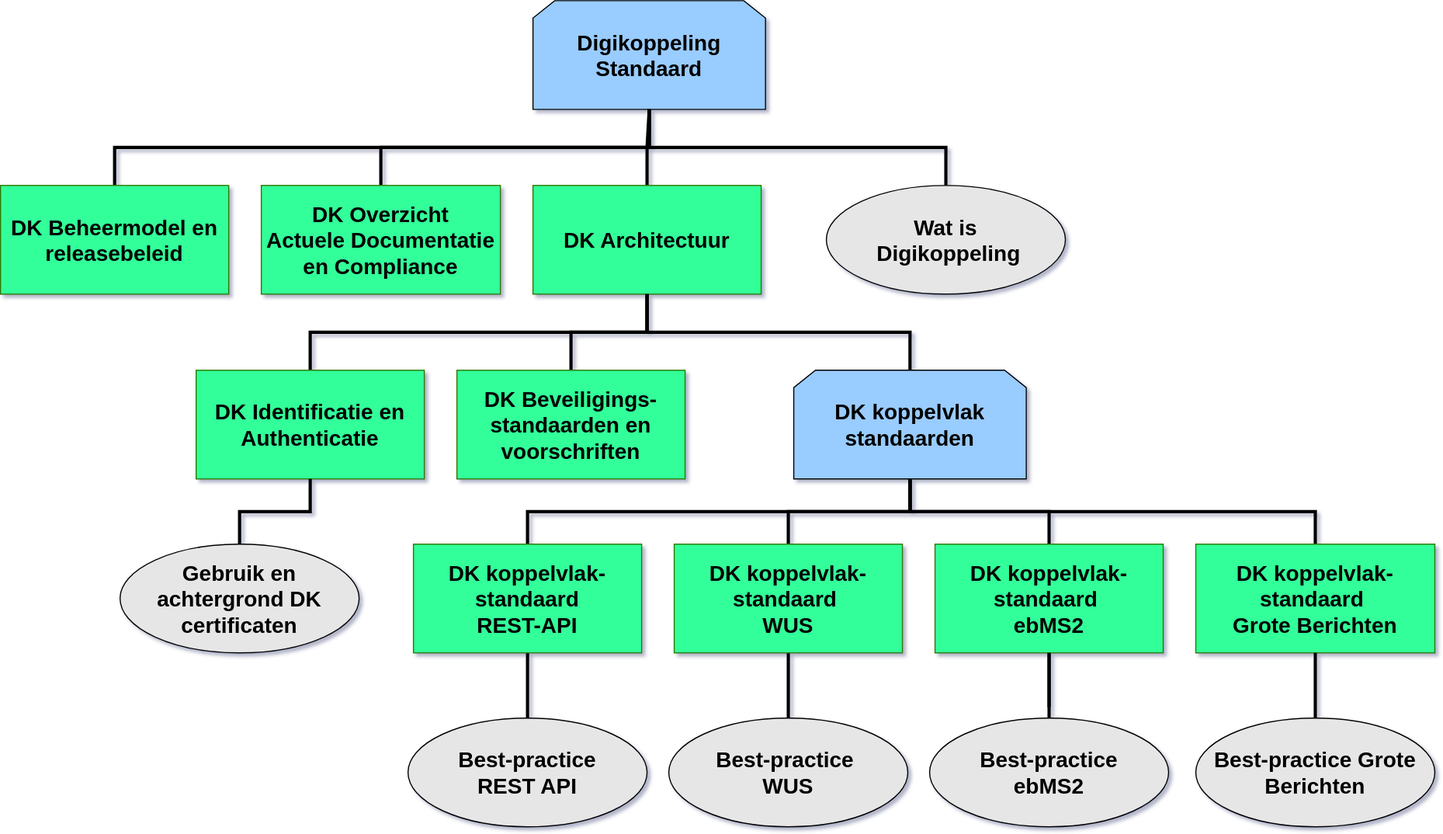
This is media/DK_Specificatie_structuur.svg from Logius-standaarden/Digikoppeling-Koppelvlakstandaard-WUS, a draw.io export, as it was before one commit. Source tidied: cells renumbered, new cells last; positions are measured from the earlier drawing's top-left corner, leaving out a move shared by most shapes.
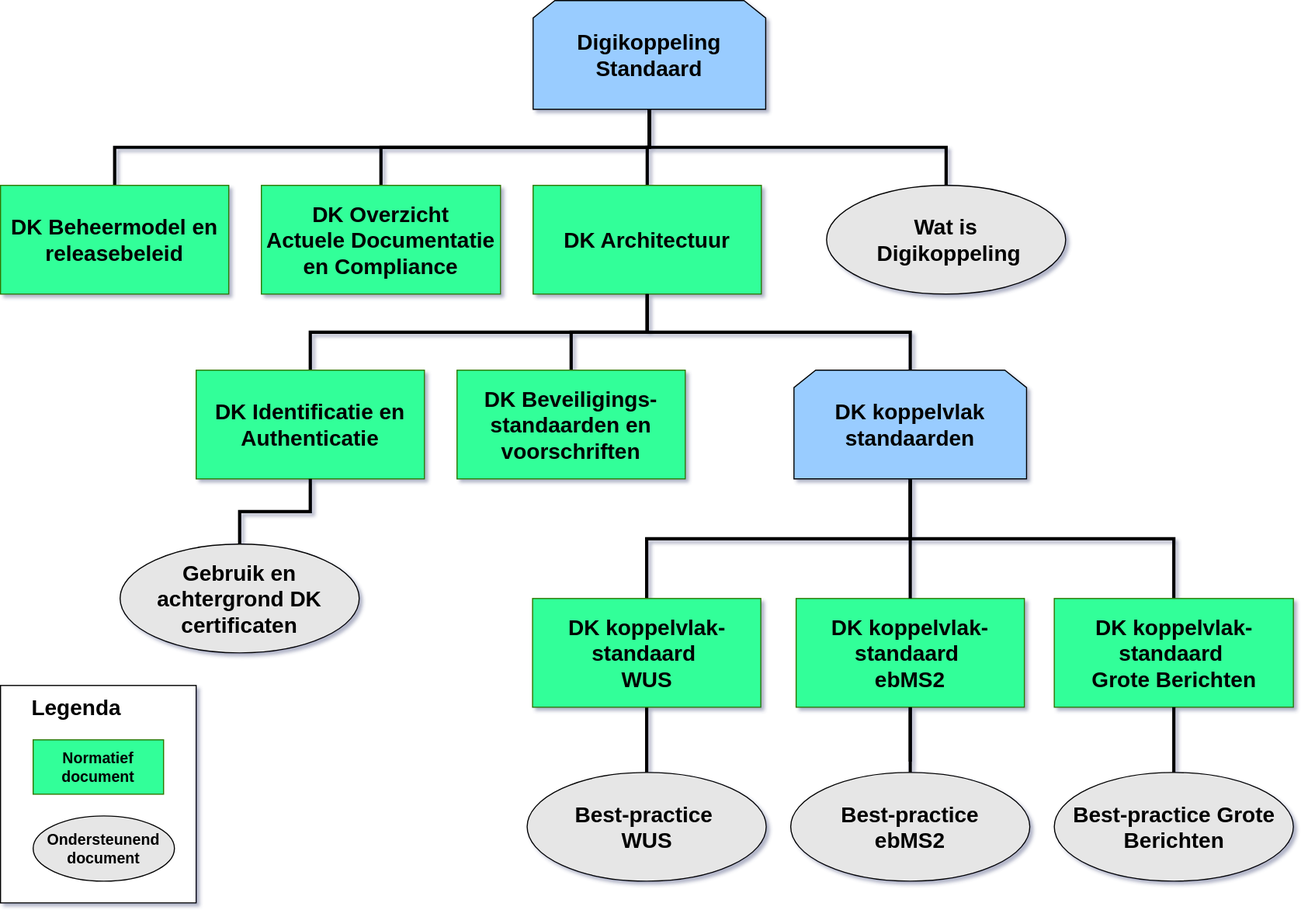
The same diagram one commit later.

Change to the diagram source:
```diff
@@ -2,6 +2,9 @@
   <root>
     <mxCell id="0" />
     <mxCell id="1" parent="0" />
+    <mxCell id="36" style="rounded=0;whiteSpace=wrap;html=1;fontSize=14;" parent="1" vertex="1">
+      <mxGeometry y="630" width="180" height="200" as="geometry" />
+    </mxCell>
     <mxCell id="2" style="edgeStyle=elbowEdgeStyle;rounded=0;jettySize=auto;html=1;exitX=0.5;exitY=1;exitDx=0;exitDy=0;entryX=0.5;entryY=0;entryDx=0;entryDy=0;fontSize=20;fontColor=#000000;elbow=vertical;strokeWidth=3;endArrow=none;endFill=0;" parent="1" edge="1" source="3" target="4">
       <mxGeometry relative="1" as="geometry" />
     </mxCell>
@@ -47,15 +50,6 @@
     <mxCell id="16" value="DK koppelvlak standaarden" style="shape=loopLimit;whiteSpace=wrap;html=1;fontSize=20;fillColor=#99CCFF;fontStyle=1;" parent="1" vertex="1">
       <mxGeometry x="730" y="340" width="214" height="100" as="geometry" />
     </mxCell>
-    <mxCell id="17" style="edgeStyle=elbowEdgeStyle;rounded=0;jettySize=auto;elbow=vertical;html=1;exitX=0.5;exitY=0;exitDx=0;exitDy=0;entryX=0.5;entryY=1;entryDx=0;entryDy=0;fontSize=20;fontColor=#000000;endArrow=none;endFill=0;strokeWidth=3;" parent="1" edge="1" source="19" target="16">
-      <mxGeometry relative="1" as="geometry" />
-    </mxCell>
-    <mxCell id="18" style="edgeStyle=elbowEdgeStyle;rounded=0;jettySize=auto;elbow=vertical;html=1;exitX=0.5;exitY=1;exitDx=0;exitDy=0;entryX=0.5;entryY=0;entryDx=0;entryDy=0;fontSize=20;fontColor=#000000;endArrow=none;endFill=0;strokeWidth=3;" parent="1" edge="1" source="19" target="28">
-      <mxGeometry relative="1" as="geometry" />
-    </mxCell>
-    <mxCell id="19" value="&lt;div&gt;DK koppelvlak-standaard&lt;/div&gt;&lt;div&gt;&lt;span&gt;&#9;&lt;/span&gt; REST-API&lt;/div&gt;" style="rounded=0;whiteSpace=wrap;html=1;fontSize=20;fontStyle=1;fillColor=#33FF99;strokeColor=#2D7600;fontColor=#000000;" parent="1" vertex="1">
-      <mxGeometry x="380" y="500" width="210" height="100" as="geometry" />
-    </mxCell>
     <mxCell id="20" style="edgeStyle=elbowEdgeStyle;rounded=0;jettySize=auto;elbow=vertical;html=1;exitX=0.5;exitY=0;exitDx=0;exitDy=0;entryX=0.5;entryY=1;entryDx=0;entryDy=0;fontSize=20;fontColor=#000000;endArrow=none;endFill=0;strokeWidth=3;" parent="1" edge="1" source="22" target="16">
       <mxGeometry relative="1" as="geometry" />
     </mxCell>
@@ -63,39 +57,33 @@
       <mxGeometry relative="1" as="geometry" />
     </mxCell>
     <mxCell id="22" value="&lt;div&gt;DK koppelvlak-standaard&amp;nbsp;&lt;/div&gt;&lt;div&gt;&lt;span&gt;&#9;&lt;/span&gt;WUS&lt;/div&gt;" style="rounded=0;whiteSpace=wrap;html=1;fontSize=20;fontStyle=1;fillColor=#33FF99;strokeColor=#2D7600;fontColor=#000000;" parent="1" vertex="1">
-      <mxGeometry x="620" y="500" width="210" height="100" as="geometry" />
+      <mxGeometry x="489.5" y="550" width="210" height="100" as="geometry" />
     </mxCell>
-    <mxCell id="23" style="edgeStyle=elbowEdgeStyle;rounded=0;jettySize=auto;elbow=vertical;html=1;exitX=0.5;exitY=0;exitDx=0;exitDy=0;entryX=0.5;entryY=1;entryDx=0;entryDy=0;fontSize=20;fontColor=#000000;endArrow=none;endFill=0;strokeWidth=3;" parent="1" edge="1" source="25" target="16">
-      <mxGeometry relative="1" as="geometry" />
-    </mxCell>
-    <mxCell id="24" style="edgeStyle=elbowEdgeStyle;rounded=0;jettySize=auto;elbow=vertical;html=1;exitX=0.5;exitY=1;exitDx=0;exitDy=0;fontSize=20;fontColor=#000000;endArrow=none;endFill=0;strokeWidth=3;" parent="1" edge="1" source="25">
-      <mxGeometry relative="1" as="geometry">
-        <mxPoint x="965" y="650" as="targetPoint" />
-      </mxGeometry>
-    </mxCell>
+    <mxCell id="37" style="edgeStyle=elbowEdgeStyle;rounded=0;jettySize=auto;elbow=vertical;html=1;exitX=0.5;exitY=1;exitDx=0;exitDy=0;fontSize=20;fontColor=#000000;endArrow=none;endFill=0;strokeWidth=3;" parent="1" edge="1" source="25">
+      <mxGeometry relative="1" as="geometry">
+        <mxPoint x="837" y="700" as="targetPoint" />
+      </mxGeometry>
+    </mxCell>
     <mxCell id="25" value="&lt;div&gt;DK koppelvlak-standaard&amp;nbsp;&lt;/div&gt;&lt;div&gt;&lt;span&gt;&#9;&lt;/span&gt;ebMS2&lt;/div&gt;" style="rounded=0;whiteSpace=wrap;html=1;fontSize=20;fontStyle=1;fillColor=#33FF99;strokeColor=#2D7600;fontColor=#000000;" parent="1" vertex="1">
-      <mxGeometry x="860" y="500" width="210" height="100" as="geometry" />
+      <mxGeometry x="732" y="550" width="210" height="100" as="geometry" />
     </mxCell>
     <mxCell id="26" style="edgeStyle=elbowEdgeStyle;rounded=0;jettySize=auto;elbow=vertical;html=1;exitX=0.5;exitY=0;exitDx=0;exitDy=0;entryX=0.5;entryY=1;entryDx=0;entryDy=0;fontSize=20;fontColor=#000000;endArrow=none;endFill=0;strokeWidth=3;" parent="1" edge="1" source="27" target="16">
       <mxGeometry relative="1" as="geometry" />
     </mxCell>
     <mxCell id="27" value="DK koppelvlak-standaard &#10;&#9;Grote Berichten" style="rounded=0;whiteSpace=wrap;html=1;fontSize=20;fontStyle=1;fillColor=#33FF99;strokeColor=#2D7600;fontColor=#000000;" parent="1" vertex="1">
-      <mxGeometry x="1100" y="500" width="220" height="100" as="geometry" />
+      <mxGeometry x="969.5" y="550" width="220" height="100" as="geometry" />
     </mxCell>
-    <mxCell id="28" value="&lt;div&gt;Best-practice&lt;/div&gt;&lt;div&gt;&lt;span&gt;&#9;&#9;&lt;/span&gt;REST API&lt;/div&gt;" style="ellipse;whiteSpace=wrap;html=1;fontSize=20;fontColor=#000000;fillColor=#E6E6E6;fontStyle=1;" parent="1" vertex="1">
-      <mxGeometry x="375" y="660" width="220" height="100" as="geometry" />
-    </mxCell>
     <mxCell id="29" value="&lt;div&gt;Best-practice&amp;nbsp;&lt;/div&gt;&lt;div&gt;&lt;span&gt;&#9;&#9;&lt;/span&gt;WUS&lt;/div&gt;" style="ellipse;whiteSpace=wrap;html=1;fontSize=20;fontColor=#000000;fillColor=#E6E6E6;fontStyle=1;" parent="1" vertex="1">
-      <mxGeometry x="615" y="660" width="220" height="100" as="geometry" />
+      <mxGeometry x="484.5" y="710" width="220" height="100" as="geometry" />
     </mxCell>
     <mxCell id="30" style="edgeStyle=elbowEdgeStyle;rounded=0;jettySize=auto;elbow=vertical;html=1;fontSize=20;fontColor=#000000;endArrow=none;endFill=0;strokeWidth=3;" parent="1" edge="1" source="31" target="25">
       <mxGeometry relative="1" as="geometry" />
     </mxCell>
     <mxCell id="31" value="Best-practice &lt;br&gt;ebMS2" style="ellipse;whiteSpace=wrap;html=1;fontSize=20;fontColor=#000000;fillColor=#E6E6E6;fontStyle=1;" parent="1" vertex="1">
-      <mxGeometry x="855" y="660" width="220" height="100" as="geometry" />
+      <mxGeometry x="727" y="710" width="220" height="100" as="geometry" />
     </mxCell>
     <mxCell id="32" value="Best-practice Grote Berichten" style="ellipse;whiteSpace=wrap;html=1;fontSize=20;fontColor=#000000;fillColor=#E6E6E6;fontStyle=1;" parent="1" vertex="1">
-      <mxGeometry x="1100" y="660" width="220" height="100" as="geometry" />
+      <mxGeometry x="969.5" y="710" width="220" height="100" as="geometry" />
     </mxCell>
     <mxCell id="33" style="edgeStyle=elbowEdgeStyle;rounded=0;jettySize=auto;elbow=vertical;html=1;exitX=0.5;exitY=0;exitDx=0;exitDy=0;entryX=0.5;entryY=1;entryDx=0;entryDy=0;fontSize=20;fontColor=#000000;endArrow=none;endFill=0;strokeWidth=3;" parent="1" edge="1" source="34" target="12">
       <mxGeometry relative="1" as="geometry" />
@@ -106,5 +94,17 @@
     <mxCell id="35" style="edgeStyle=elbowEdgeStyle;rounded=0;jettySize=auto;elbow=vertical;html=1;exitX=0.5;exitY=1;exitDx=0;exitDy=0;fontSize=20;fontColor=#000000;endArrow=none;endFill=0;strokeWidth=3;entryX=0.5;entryY=0;entryDx=0;entryDy=0;" parent="1" edge="1" source="27" target="32">
       <mxGeometry relative="1" as="geometry" />
     </mxCell>
+    <mxCell id="23" style="edgeStyle=elbowEdgeStyle;rounded=0;jettySize=auto;elbow=vertical;html=1;exitX=0.5;exitY=0;exitDx=0;exitDy=0;entryX=0.5;entryY=1;entryDx=0;entryDy=0;fontSize=20;fontColor=#000000;endArrow=none;endFill=0;strokeWidth=3;" parent="1" edge="1" source="25" target="16">
+      <mxGeometry relative="1" as="geometry" />
+    </mxCell>
+    <mxCell id="38" value="Legenda" style="text;html=1;strokeColor=none;fillColor=none;align=center;verticalAlign=middle;whiteSpace=wrap;rounded=0;fontSize=20;fontStyle=1;" parent="1" vertex="1">
+      <mxGeometry x="50" y="640" width="40" height="20" as="geometry" />
+    </mxCell>
+    <mxCell id="39" value="&lt;div style=&quot;font-size: 14px&quot;&gt;Ondersteunend&lt;br&gt;document&lt;/div&gt;" style="ellipse;whiteSpace=wrap;html=1;fontSize=20;fontColor=#000000;fillColor=#E6E6E6;fontStyle=1;" parent="1" vertex="1">
+      <mxGeometry x="30" y="750" width="130" height="60" as="geometry" />
+    </mxCell>
+    <mxCell id="40" value="Normatief &lt;br style=&quot;font-size: 14px;&quot;&gt;document&lt;br style=&quot;font-size: 14px;&quot;&gt;" style="rounded=0;whiteSpace=wrap;html=1;fontSize=14;fontStyle=1;fillColor=#33FF99;strokeColor=#2D7600;fontColor=#000000;" parent="1" vertex="1">
+      <mxGeometry x="30" y="680" width="120" height="50" as="geometry" />
+    </mxCell>
   </root>
 </mxGraphModel>
```
